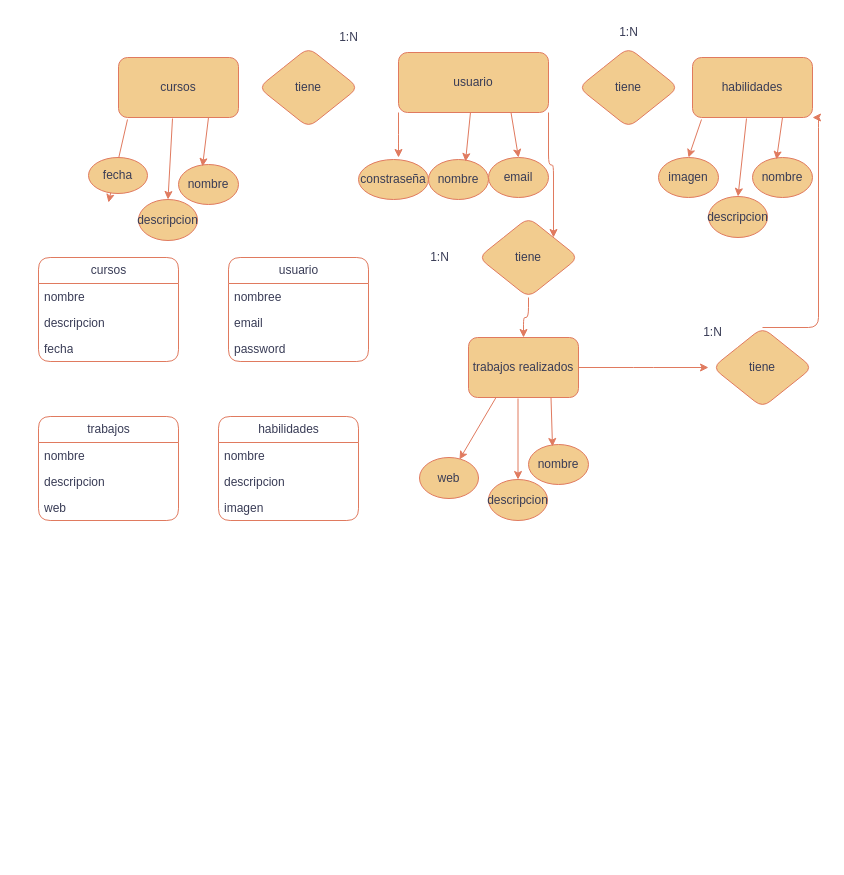
This is Diagrama sin título.drawio from Elianhad/backend-portfolio-hadad, a draw.io file, before an edit. Source tidied: cells renumbered, new cells numbered last; positions are measured from the earlier drawing's top-left corner, leaving out a move shared by most shapes. Both pictures are drawn from the tidied source at 100%, with x=0, y=0 at pixel (38, 17).
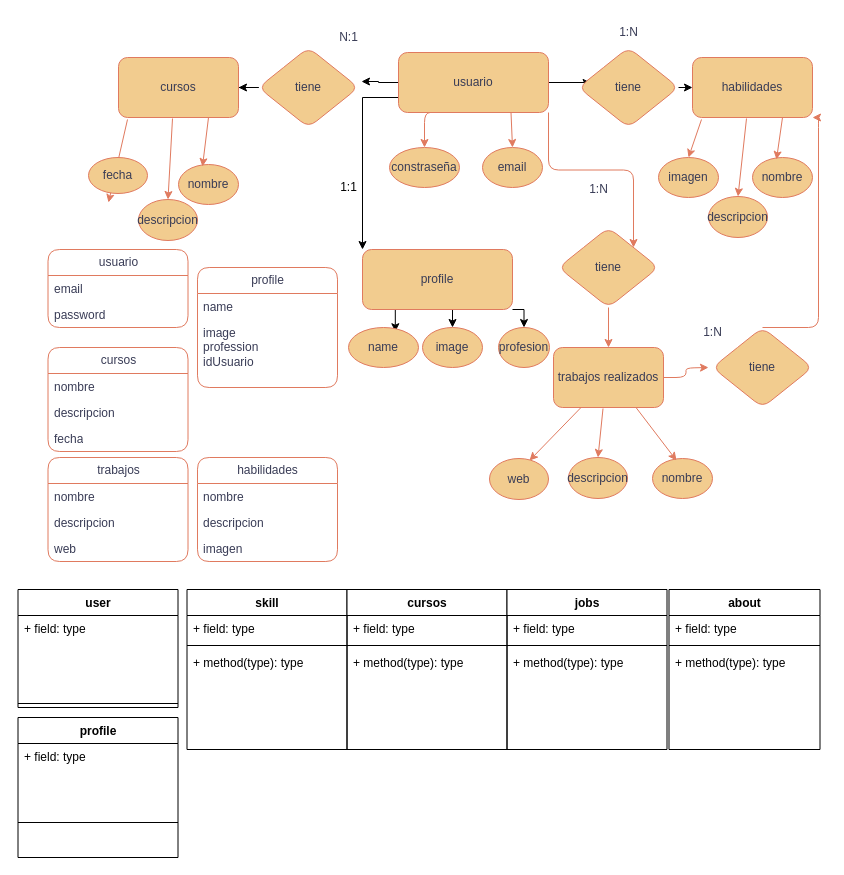
The same diagram, later.

Unchanged cells that the change refers to:
```xml
<mxCell id="4" value="usuario" style="rounded=1;whiteSpace=wrap;html=1;fillColor=#F2CC8F;strokeColor=#E07A5F;labelBackgroundColor=none;fontColor=#393C56;" parent="1" vertex="1">
  <mxGeometry x="360" y="35" width="150" height="60" as="geometry" />
</mxCell>
<mxCell id="5" value="habilidades" style="rounded=1;whiteSpace=wrap;html=1;fillColor=#F2CC8F;fontColor=#393C56;strokeColor=#E07A5F;labelBackgroundColor=none;" parent="1" vertex="1">
  <mxGeometry x="654" y="40" width="120" height="60" as="geometry" />
</mxCell>
<mxCell id="6" value="tiene" style="rhombus;whiteSpace=wrap;html=1;fillColor=#F2CC8F;strokeColor=#E07A5F;labelBackgroundColor=none;fontColor=#393C56;rounded=1;" parent="1" vertex="1">
  <mxGeometry x="540" y="30" width="100" height="80" as="geometry" />
</mxCell>
<mxCell id="19" value="tiene" style="rhombus;whiteSpace=wrap;html=1;fillColor=#F2CC8F;strokeColor=#E07A5F;labelBackgroundColor=none;fontColor=#393C56;rounded=1;" parent="1" vertex="1">
  <mxGeometry x="220" y="30" width="100" height="80" as="geometry" />
</mxCell>
<mxCell id="20" value="cursos" style="rounded=1;whiteSpace=wrap;html=1;fillColor=#F2CC8F;fontColor=#393C56;strokeColor=#E07A5F;labelBackgroundColor=none;" parent="1" vertex="1">
  <mxGeometry x="80" y="40" width="120" height="60" as="geometry" />
</mxCell>
```

The edit, as a diff of the source:
```diff
@@
-    <mxCell id="2" style="edgeStyle=orthogonalEdgeStyle;rounded=1;jettySize=auto;html=1;exitX=0;exitY=1;exitDx=0;exitDy=0;labelBackgroundColor=none;strokeColor=#E07A5F;fontColor=default;" parent="1" edge="1" source="4">
-      <mxGeometry relative="1" as="geometry">
-        <mxPoint x="360" y="140" as="targetPoint" />
-      </mxGeometry>
+    <mxCell id="2" style="edgeStyle=orthogonalEdgeStyle;rounded=1;jettySize=auto;html=1;exitX=0.25;exitY=1;exitDx=0;exitDy=0;labelBackgroundColor=none;strokeColor=#E07A5F;fontColor=default;entryX=0.5;entryY=0;entryDx=0;entryDy=0;" parent="1" edge="1" source="4" target="8">
+      <mxGeometry relative="1" as="geometry" />
     </mxCell>
@@
+    <mxCell id="58" style="edgeStyle=orthogonalEdgeStyle;rounded=0;jettySize=auto;html=1;entryX=1.03;entryY=0.425;entryDx=0;entryDy=0;entryPerimeter=0;" parent="1" edge="1" source="4" target="19">
+      <mxGeometry relative="1" as="geometry" />
+    </mxCell>
+    <mxCell id="59" style="edgeStyle=orthogonalEdgeStyle;rounded=0;jettySize=auto;html=1;exitX=1;exitY=0.5;exitDx=0;exitDy=0;entryX=0.08;entryY=0.5;entryDx=0;entryDy=0;entryPerimeter=0;" parent="1" edge="1" source="4" target="6">
+      <mxGeometry relative="1" as="geometry" />
+    </mxCell>
+    <mxCell id="60" style="edgeStyle=orthogonalEdgeStyle;rounded=0;jettySize=auto;html=1;exitX=0;exitY=0.75;exitDx=0;exitDy=0;entryX=0;entryY=0;entryDx=0;entryDy=0;" parent="1" edge="1" source="4" target="69">
+      <mxGeometry relative="1" as="geometry" />
+    </mxCell>
@@
+    <mxCell id="61" style="edgeStyle=orthogonalEdgeStyle;rounded=0;jettySize=auto;html=1;exitX=1;exitY=0.5;exitDx=0;exitDy=0;entryX=0;entryY=0.5;entryDx=0;entryDy=0;" parent="1" edge="1" source="6" target="5">
+      <mxGeometry relative="1" as="geometry" />
+    </mxCell>
@@
-    <mxCell id="7" value="nombre" style="ellipse;whiteSpace=wrap;html=1;labelBackgroundColor=none;fillColor=#F2CC8F;strokeColor=#E07A5F;fontColor=#393C56;rounded=1;" parent="1" vertex="1">
-      <mxGeometry x="390" y="142" width="60" height="40" as="geometry" />
-    </mxCell>
     <mxCell id="8" value="constraseña" style="ellipse;whiteSpace=wrap;html=1;labelBackgroundColor=none;fillColor=#F2CC8F;strokeColor=#E07A5F;fontColor=#393C56;rounded=1;" parent="1" vertex="1">
-      <mxGeometry x="320" y="142" width="70" height="40" as="geometry" />
+      <mxGeometry x="351" y="130" width="70" height="40" as="geometry" />
     </mxCell>
     <mxCell id="9" value="email" style="ellipse;whiteSpace=wrap;html=1;labelBackgroundColor=none;fillColor=#F2CC8F;strokeColor=#E07A5F;fontColor=#393C56;rounded=1;" parent="1" vertex="1">
-      <mxGeometry x="450" y="140" width="60" height="40" as="geometry" />
+      <mxGeometry x="444" y="130" width="60" height="40" as="geometry" />
     </mxCell>
-    <mxCell id="10" style="endArrow=classic;html=1;rounded=1;entryX=0.617;entryY=0.05;entryDx=0;entryDy=0;entryPerimeter=0;labelBackgroundColor=none;strokeColor=#E07A5F;fontColor=default;" parent="1" edge="1" source="4" target="7">
-      <mxGeometry relative="1" as="geometry" />
-    </mxCell>
@@
-    <mxCell id="18" value="1:N" style="text;html=1;align=center;verticalAlign=middle;strokeColor=none;fillColor=none;labelBackgroundColor=none;fontColor=#393C56;rounded=1;" parent="1" vertex="1">
+    <mxCell id="18" value="N:1" style="text;html=1;align=center;verticalAlign=middle;strokeColor=none;fillColor=none;labelBackgroundColor=none;fontColor=#393C56;rounded=1;" parent="1" vertex="1">
       <mxGeometry x="290" y="5" width="40" height="30" as="geometry" />
     </mxCell>
+    <mxCell id="62" style="edgeStyle=orthogonalEdgeStyle;rounded=0;jettySize=auto;html=1;exitX=0;exitY=0.5;exitDx=0;exitDy=0;" parent="1" edge="1" source="19" target="20">
+      <mxGeometry relative="1" as="geometry" />
+    </mxCell>
@@
     <mxCell id="29" value="trabajos realizados" style="rounded=1;whiteSpace=wrap;html=1;fillColor=#F2CC8F;fontColor=#393C56;strokeColor=#E07A5F;labelBackgroundColor=none;" parent="1" vertex="1">
-      <mxGeometry x="430" y="320" width="110" height="60" as="geometry" />
+      <mxGeometry x="515" y="330" width="110" height="60" as="geometry" />
     </mxCell>
     <mxCell id="30" value="nombre" style="ellipse;whiteSpace=wrap;html=1;labelBackgroundColor=none;fillColor=#F2CC8F;strokeColor=#E07A5F;fontColor=#393C56;rounded=1;" parent="1" vertex="1">
-      <mxGeometry x="490" y="427" width="60" height="40" as="geometry" />
+      <mxGeometry x="614" y="441" width="60" height="40" as="geometry" />
     </mxCell>
     <mxCell id="31" value="descripcion" style="ellipse;whiteSpace=wrap;html=1;labelBackgroundColor=none;fillColor=#F2CC8F;strokeColor=#E07A5F;fontColor=#393C56;rounded=1;" parent="1" vertex="1">
-      <mxGeometry x="450" y="462" width="59" height="41" as="geometry" />
+      <mxGeometry x="530" y="440" width="59" height="41" as="geometry" />
     </mxCell>
@@
     <mxCell id="35" value="tiene" style="rhombus;whiteSpace=wrap;html=1;fillColor=#F2CC8F;strokeColor=#E07A5F;labelBackgroundColor=none;fontColor=#393C56;rounded=1;" parent="1" vertex="1">
-      <mxGeometry x="440" y="200" width="100" height="80" as="geometry" />
+      <mxGeometry x="520" y="210" width="100" height="80" as="geometry" />
     </mxCell>
@@
     <mxCell id="38" value="web" style="ellipse;whiteSpace=wrap;html=1;labelBackgroundColor=none;fillColor=#F2CC8F;strokeColor=#E07A5F;fontColor=#393C56;rounded=1;" parent="1" vertex="1">
-      <mxGeometry x="381" y="440" width="59" height="41" as="geometry" />
+      <mxGeometry x="451" y="441" width="59" height="41" as="geometry" />
     </mxCell>
@@
     <mxCell id="40" value="1:N" style="text;html=1;align=center;verticalAlign=middle;strokeColor=none;fillColor=none;labelBackgroundColor=none;fontColor=#393C56;rounded=1;" parent="1" vertex="1">
-      <mxGeometry x="381" y="225" width="40" height="30" as="geometry" />
+      <mxGeometry x="539.5" y="157" width="40" height="30" as="geometry" />
     </mxCell>
@@
     <mxCell id="42" value="cursos" style="swimlane;fontStyle=0;horizontal=1;startSize=26;fillColor=none;html=1;labelBackgroundColor=none;strokeColor=#E07A5F;fontColor=#393C56;rounded=1;" parent="1" vertex="1">
-      <mxGeometry y="240" width="140" height="104" as="geometry" />
+      <mxGeometry x="9.5" y="330" width="140" height="104" as="geometry" />
     </mxCell>
@@
     <mxCell id="46" value="usuario" style="swimlane;fontStyle=0;horizontal=1;startSize=26;fillColor=none;html=1;labelBackgroundColor=none;strokeColor=#E07A5F;fontColor=#393C56;rounded=1;" parent="1" vertex="1">
-      <mxGeometry x="190" y="240" width="140" height="104" as="geometry" />
+      <mxGeometry x="9.5" y="232" width="140" height="78" as="geometry" />
     </mxCell>
-    <mxCell id="47" value="nombree" style="text;strokeColor=none;fillColor=none;align=left;verticalAlign=top;spacingLeft=4;spacingRight=4;overflow=hidden;whiteSpace=wrap;html=1;labelBackgroundColor=none;fontColor=#393C56;rounded=1;" parent="46" vertex="1">
-      <mxGeometry y="26" width="140" height="26" as="geometry" />
-    </mxCell>
     <mxCell id="48" value="email" style="text;strokeColor=none;fillColor=none;align=left;verticalAlign=top;spacingLeft=4;spacingRight=4;overflow=hidden;whiteSpace=wrap;html=1;labelBackgroundColor=none;fontColor=#393C56;rounded=1;" parent="46" vertex="1">
-      <mxGeometry y="52" width="140" height="26" as="geometry" />
+      <mxGeometry y="26" width="140" height="26" as="geometry" />
     </mxCell>
-    <mxCell id="49" value="password" style="text;strokeColor=none;fillColor=none;align=left;verticalAlign=top;spacingLeft=4;spacingRight=4;overflow=hidden;whiteSpace=wrap;html=1;labelBackgroundColor=none;fontColor=#393C56;rounded=1;" parent="46" vertex="1">
-      <mxGeometry y="78" width="140" height="26" as="geometry" />
+    <mxCell id="49" value="&lt;div&gt;password&lt;/div&gt;" style="text;strokeColor=none;fillColor=none;align=left;verticalAlign=top;spacingLeft=4;spacingRight=4;overflow=hidden;whiteSpace=wrap;html=1;labelBackgroundColor=none;fontColor=#393C56;rounded=1;" parent="46" vertex="1">
+      <mxGeometry y="52" width="140" height="26" as="geometry" />
     </mxCell>
     <mxCell id="50" value="trabajos" style="swimlane;fontStyle=0;horizontal=1;startSize=26;fillColor=none;html=1;labelBackgroundColor=none;strokeColor=#E07A5F;fontColor=#393C56;rounded=1;" parent="1" vertex="1">
-      <mxGeometry y="399" width="140" height="104" as="geometry" />
+      <mxGeometry x="9.5" y="440" width="140" height="104" as="geometry" />
     </mxCell>
@@
     <mxCell id="54" value="habilidades" style="swimlane;fontStyle=0;horizontal=1;startSize=26;fillColor=none;html=1;labelBackgroundColor=none;strokeColor=#E07A5F;fontColor=#393C56;rounded=1;" parent="1" vertex="1">
-      <mxGeometry x="180" y="399" width="140" height="104" as="geometry" />
+      <mxGeometry x="159" y="440" width="140" height="104" as="geometry" />
     </mxCell>
@@
+    <mxCell id="63" value="profile" style="swimlane;fontStyle=0;horizontal=1;startSize=26;fillColor=none;html=1;labelBackgroundColor=none;strokeColor=#E07A5F;fontColor=#393C56;rounded=1;" parent="1" vertex="1">
+      <mxGeometry x="159" y="250" width="140" height="120" as="geometry" />
+    </mxCell>
+    <mxCell id="64" value="name" style="text;strokeColor=none;fillColor=none;align=left;verticalAlign=top;spacingLeft=4;spacingRight=4;overflow=hidden;whiteSpace=wrap;html=1;labelBackgroundColor=none;fontColor=#393C56;rounded=1;" parent="63" vertex="1">
+      <mxGeometry y="26" width="140" height="26" as="geometry" />
+    </mxCell>
+    <mxCell id="65" value="&lt;div&gt;image&lt;/div&gt;&lt;div&gt;profession&lt;/div&gt;&lt;div&gt;idUsuario &lt;br&gt;&lt;/div&gt;" style="text;strokeColor=none;fillColor=none;align=left;verticalAlign=top;spacingLeft=4;spacingRight=4;overflow=hidden;whiteSpace=wrap;html=1;labelBackgroundColor=none;fontColor=#393C56;rounded=1;" parent="63" vertex="1">
+      <mxGeometry y="52" width="140" height="68" as="geometry" />
+    </mxCell>
+    <mxCell id="66" style="edgeStyle=orthogonalEdgeStyle;rounded=0;jettySize=auto;html=1;exitX=0.25;exitY=1;exitDx=0;exitDy=0;entryX=0.669;entryY=0.106;entryDx=0;entryDy=0;entryPerimeter=0;" parent="1" edge="1" source="69" target="70">
+      <mxGeometry relative="1" as="geometry" />
+    </mxCell>
+    <mxCell id="67" style="edgeStyle=orthogonalEdgeStyle;rounded=0;jettySize=auto;html=1;exitX=0.5;exitY=1;exitDx=0;exitDy=0;entryX=0.5;entryY=0;entryDx=0;entryDy=0;" parent="1" edge="1" source="69" target="71">
+      <mxGeometry relative="1" as="geometry" />
+    </mxCell>
+    <mxCell id="68" style="edgeStyle=orthogonalEdgeStyle;rounded=0;jettySize=auto;html=1;exitX=1;exitY=1;exitDx=0;exitDy=0;entryX=0.5;entryY=0;entryDx=0;entryDy=0;" parent="1" edge="1" source="69" target="72">
+      <mxGeometry relative="1" as="geometry" />
+    </mxCell>
+    <mxCell id="69" value="profile" style="rounded=1;whiteSpace=wrap;html=1;fillColor=#F2CC8F;strokeColor=#E07A5F;labelBackgroundColor=none;fontColor=#393C56;" parent="1" vertex="1">
+      <mxGeometry x="324" y="232" width="150" height="60" as="geometry" />
+    </mxCell>
+    <mxCell id="70" value="name" style="ellipse;whiteSpace=wrap;html=1;labelBackgroundColor=none;fillColor=#F2CC8F;strokeColor=#E07A5F;fontColor=#393C56;rounded=1;" parent="1" vertex="1">
+      <mxGeometry x="310" y="310" width="70" height="40" as="geometry" />
+    </mxCell>
+    <mxCell id="71" value="image" style="ellipse;whiteSpace=wrap;html=1;labelBackgroundColor=none;fillColor=#F2CC8F;strokeColor=#E07A5F;fontColor=#393C56;rounded=1;" parent="1" vertex="1">
+      <mxGeometry x="384" y="310" width="60" height="40" as="geometry" />
+    </mxCell>
+    <mxCell id="72" value="profesion" style="ellipse;whiteSpace=wrap;html=1;labelBackgroundColor=none;fillColor=#F2CC8F;strokeColor=#E07A5F;fontColor=#393C56;rounded=1;" parent="1" vertex="1">
+      <mxGeometry x="460" y="310" width="51" height="40" as="geometry" />
+    </mxCell>
+    <mxCell id="73" value="1:1" style="text;html=1;align=center;verticalAlign=middle;strokeColor=none;fillColor=none;" parent="1" vertex="1">
+      <mxGeometry x="290" y="155" width="40" height="30" as="geometry" />
+    </mxCell>
+    <mxCell id="74" value="user" style="swimlane;fontStyle=1;align=center;verticalAlign=top;horizontal=1;startSize=26;whiteSpace=wrap;html=1;" parent="1" vertex="1">
+      <mxGeometry x="-20.5" y="572" width="160" height="118" as="geometry" />
+    </mxCell>
+    <mxCell id="75" value="+ field: type" style="text;strokeColor=none;fillColor=none;align=left;verticalAlign=top;spacingLeft=4;spacingRight=4;overflow=hidden;whiteSpace=wrap;html=1;" parent="74" vertex="1">
+      <mxGeometry y="26" width="160" height="84" as="geometry" />
+    </mxCell>
+    <mxCell id="76" style="line;strokeWidth=1;fillColor=none;align=left;verticalAlign=middle;spacingTop=-1;spacingLeft=3;spacingRight=3;labelPosition=right;strokeColor=inherit;" parent="74" vertex="1">
+      <mxGeometry y="110" width="160" height="8" as="geometry" />
+    </mxCell>
+    <mxCell id="77" value="profile" style="swimlane;fontStyle=1;align=center;verticalAlign=top;horizontal=1;startSize=26;whiteSpace=wrap;html=1;" parent="1" vertex="1">
+      <mxGeometry x="-20.5" y="700" width="160" height="140" as="geometry" />
+    </mxCell>
+    <mxCell id="78" value="+ field: type" style="text;strokeColor=none;fillColor=none;align=left;verticalAlign=top;spacingLeft=4;spacingRight=4;overflow=hidden;whiteSpace=wrap;html=1;" parent="77" vertex="1">
+      <mxGeometry y="26" width="160" height="44" as="geometry" />
+    </mxCell>
+    <mxCell id="79" style="line;strokeWidth=1;fillColor=none;align=left;verticalAlign=middle;spacingTop=-1;spacingLeft=3;spacingRight=3;labelPosition=right;strokeColor=inherit;" parent="77" vertex="1">
+      <mxGeometry y="70" width="160" height="70" as="geometry" />
+    </mxCell>
+    <mxCell id="80" value="skill" style="swimlane;fontStyle=1;align=center;verticalAlign=top;horizontal=1;startSize=26;whiteSpace=wrap;html=1;" parent="1" vertex="1">
+      <mxGeometry x="148.5" y="572" width="160" height="160" as="geometry" />
+    </mxCell>
+    <mxCell id="81" value="+ field: type" style="text;strokeColor=none;fillColor=none;align=left;verticalAlign=top;spacingLeft=4;spacingRight=4;overflow=hidden;whiteSpace=wrap;html=1;" parent="80" vertex="1">
+      <mxGeometry y="26" width="160" height="26" as="geometry" />
+    </mxCell>
+    <mxCell id="82" style="line;strokeWidth=1;fillColor=none;align=left;verticalAlign=middle;spacingTop=-1;spacingLeft=3;spacingRight=3;labelPosition=right;strokeColor=inherit;" parent="80" vertex="1">
+      <mxGeometry y="52" width="160" height="8" as="geometry" />
+    </mxCell>
+    <mxCell id="83" value="+ method(type): type" style="text;strokeColor=none;fillColor=none;align=left;verticalAlign=top;spacingLeft=4;spacingRight=4;overflow=hidden;whiteSpace=wrap;html=1;" parent="80" vertex="1">
+      <mxGeometry y="60" width="160" height="100" as="geometry" />
+    </mxCell>
+    <mxCell id="84" value="cursos" style="swimlane;fontStyle=1;align=center;verticalAlign=top;horizontal=1;startSize=26;whiteSpace=wrap;html=1;" parent="1" vertex="1">
+      <mxGeometry x="308.5" y="572" width="160" height="160" as="geometry" />
+    </mxCell>
+    <mxCell id="85" value="+ field: type" style="text;strokeColor=none;fillColor=none;align=left;verticalAlign=top;spacingLeft=4;spacingRight=4;overflow=hidden;whiteSpace=wrap;html=1;" parent="84" vertex="1">
+      <mxGeometry y="26" width="160" height="26" as="geometry" />
+    </mxCell>
+    <mxCell id="86" style="line;strokeWidth=1;fillColor=none;align=left;verticalAlign=middle;spacingTop=-1;spacingLeft=3;spacingRight=3;labelPosition=right;strokeColor=inherit;" parent="84" vertex="1">
+      <mxGeometry y="52" width="160" height="8" as="geometry" />
+    </mxCell>
+    <mxCell id="87" value="+ method(type): type" style="text;strokeColor=none;fillColor=none;align=left;verticalAlign=top;spacingLeft=4;spacingRight=4;overflow=hidden;whiteSpace=wrap;html=1;" parent="84" vertex="1">
+      <mxGeometry y="60" width="160" height="100" as="geometry" />
+    </mxCell>
+    <mxCell id="88" value="jobs" style="swimlane;fontStyle=1;align=center;verticalAlign=top;horizontal=1;startSize=26;whiteSpace=wrap;html=1;" parent="1" vertex="1">
+      <mxGeometry x="468.5" y="572" width="160" height="160" as="geometry" />
+    </mxCell>
+    <mxCell id="89" value="+ field: type" style="text;strokeColor=none;fillColor=none;align=left;verticalAlign=top;spacingLeft=4;spacingRight=4;overflow=hidden;whiteSpace=wrap;html=1;" parent="88" vertex="1">
+      <mxGeometry y="26" width="160" height="26" as="geometry" />
+    </mxCell>
+    <mxCell id="90" style="line;strokeWidth=1;fillColor=none;align=left;verticalAlign=middle;spacingTop=-1;spacingLeft=3;spacingRight=3;labelPosition=right;strokeColor=inherit;" parent="88" vertex="1">
+      <mxGeometry y="52" width="160" height="8" as="geometry" />
+    </mxCell>
+    <mxCell id="91" value="+ method(type): type" style="text;strokeColor=none;fillColor=none;align=left;verticalAlign=top;spacingLeft=4;spacingRight=4;overflow=hidden;whiteSpace=wrap;html=1;" parent="88" vertex="1">
+      <mxGeometry y="60" width="160" height="100" as="geometry" />
+    </mxCell>
+    <mxCell id="92" value="about" style="swimlane;fontStyle=1;align=center;verticalAlign=top;horizontal=1;startSize=26;whiteSpace=wrap;html=1;" parent="1" vertex="1">
+      <mxGeometry x="630.5" y="572" width="151" height="160" as="geometry" />
+    </mxCell>
+    <mxCell id="93" value="+ field: type" style="text;strokeColor=none;fillColor=none;align=left;verticalAlign=top;spacingLeft=4;spacingRight=4;overflow=hidden;whiteSpace=wrap;html=1;" parent="92" vertex="1">
+      <mxGeometry y="26" width="151" height="26" as="geometry" />
+    </mxCell>
+    <mxCell id="94" style="line;strokeWidth=1;fillColor=none;align=left;verticalAlign=middle;spacingTop=-1;spacingLeft=3;spacingRight=3;labelPosition=right;strokeColor=inherit;" parent="92" vertex="1">
+      <mxGeometry y="52" width="151" height="8" as="geometry" />
+    </mxCell>
+    <mxCell id="95" value="+ method(type): type" style="text;strokeColor=none;fillColor=none;align=left;verticalAlign=top;spacingLeft=4;spacingRight=4;overflow=hidden;whiteSpace=wrap;html=1;" parent="92" vertex="1">
+      <mxGeometry y="60" width="151" height="100" as="geometry" />
+    </mxCell>
```
